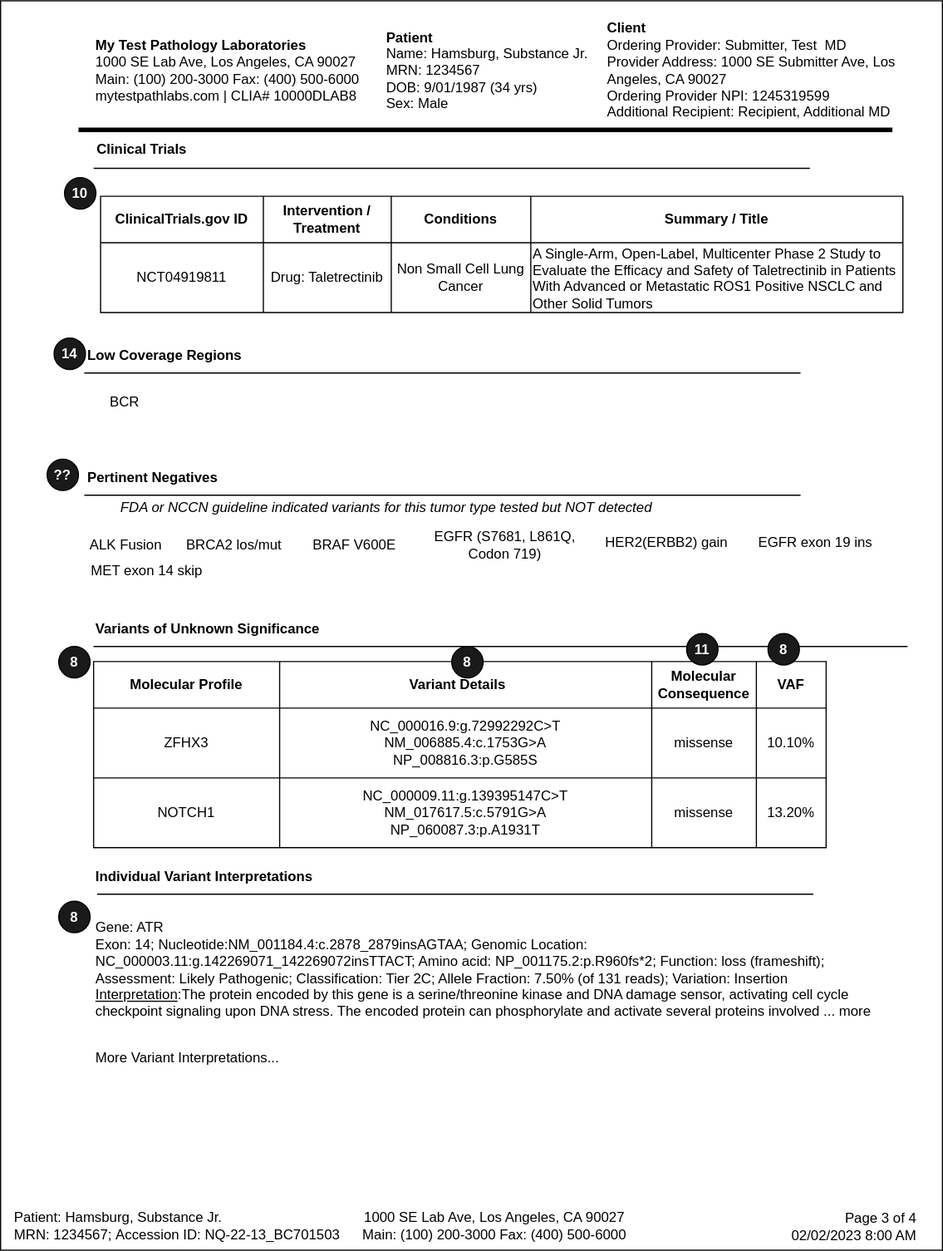
HL7/genomics-reporting keeps this draw.io diagram as input/images/Report_Page3.svg. Above is the earlier version. Source tidied: cells renumbered, new cells last; positions are measured from the earlier drawing's top-left corner, leaving out a move shared by most shapes.
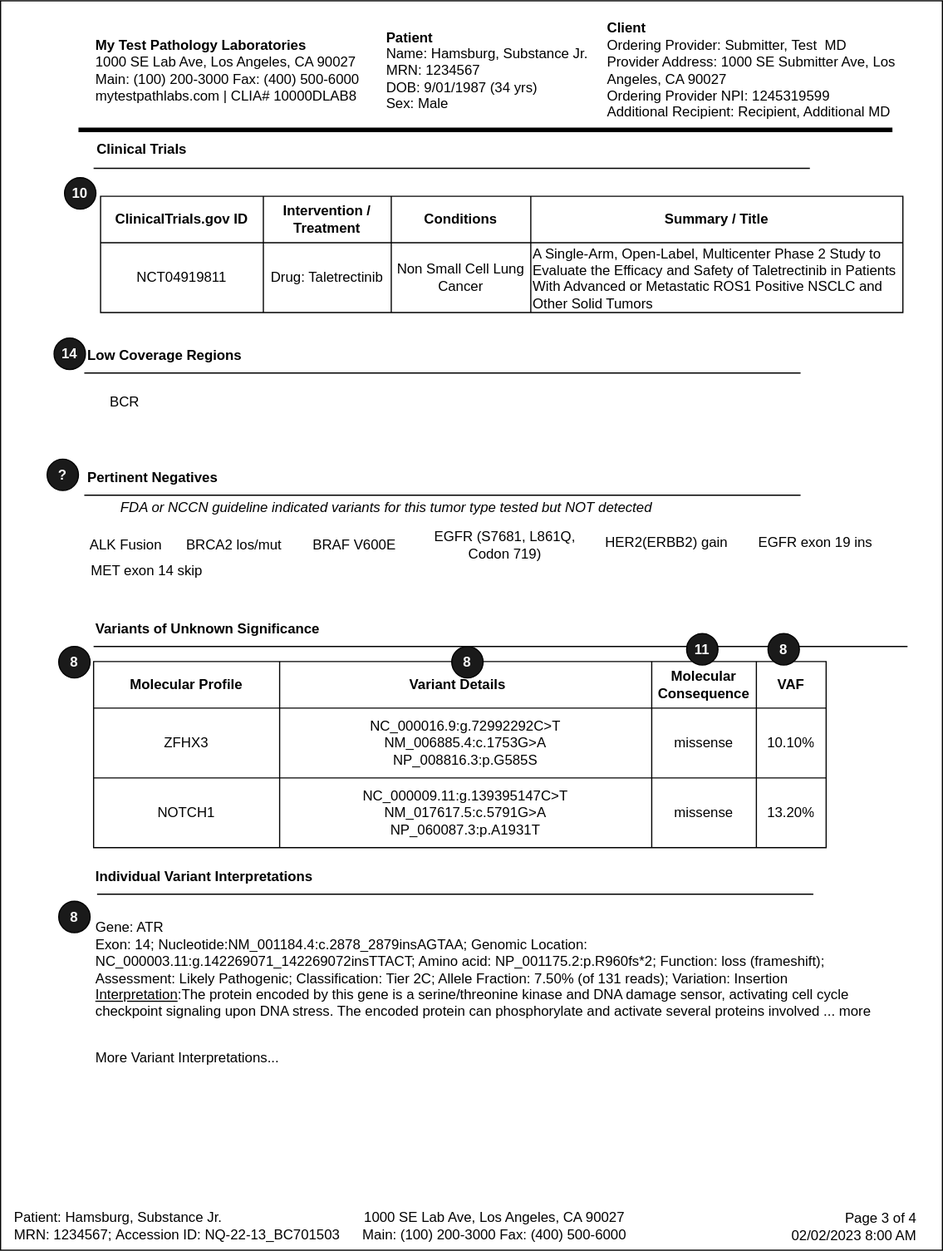
Later version of the same file.

Change to the diagram source:
```diff
@@ -191,7 +191,7 @@
     <mxCell id="59" value="&lt;font color=&quot;#ffffff&quot; style=&quot;font-size: 12px;&quot;&gt;&lt;b&gt;14&lt;/b&gt;&lt;/font&gt;" style="ellipse;whiteSpace=wrap;html=1;fillColor=#1A1A1A;direction=south;" parent="1" vertex="1">
       <mxGeometry x="46" y="290" width="27" height="27" as="geometry" />
     </mxCell>
-    <mxCell id="60" value="&lt;font color=&quot;#ffffff&quot; style=&quot;font-size: 12px;&quot;&gt;&lt;b&gt;??&lt;/b&gt;&lt;/font&gt;" style="ellipse;whiteSpace=wrap;html=1;fillColor=#1A1A1A;direction=south;" parent="1" vertex="1">
+    <mxCell id="60" value="&lt;font color=&quot;#ffffff&quot; style=&quot;font-size: 12px;&quot;&gt;&lt;b&gt;?&lt;/b&gt;&lt;/font&gt;" style="ellipse;whiteSpace=wrap;html=1;fillColor=#1A1A1A;direction=south;" parent="1" vertex="1">
       <mxGeometry x="40" y="394" width="27" height="27" as="geometry" />
     </mxCell>
     <mxCell id="61" value="&lt;font color=&quot;#ffffff&quot; style=&quot;font-size: 12px;&quot;&gt;&lt;b&gt;8&lt;/b&gt;&lt;/font&gt;" style="ellipse;whiteSpace=wrap;html=1;fillColor=#1A1A1A;direction=south;" parent="1" vertex="1">
```
